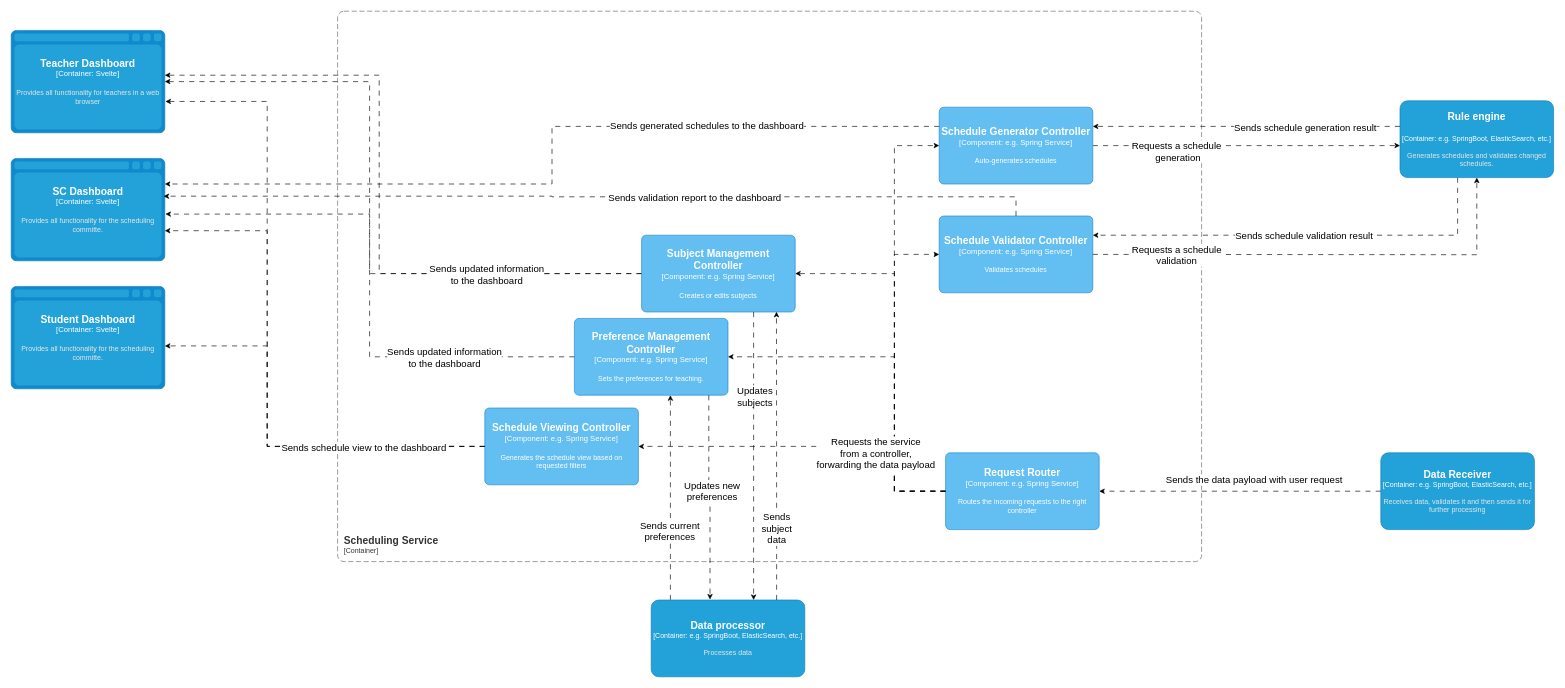
MiraZzle/NSWI130 keeps this draw.io diagram as page "[Container - L3] Scheduling service" (7 of 8) of architektura.drawio. Above is the earlier version. Source tidied: cells renumbered, new cells numbered last; positions are measured from the earlier drawing's top-left corner, leaving out a move shared by most shapes. Both pictures are drawn from the tidied source at 64%, with x=0, y=0 at pixel (11, 11).
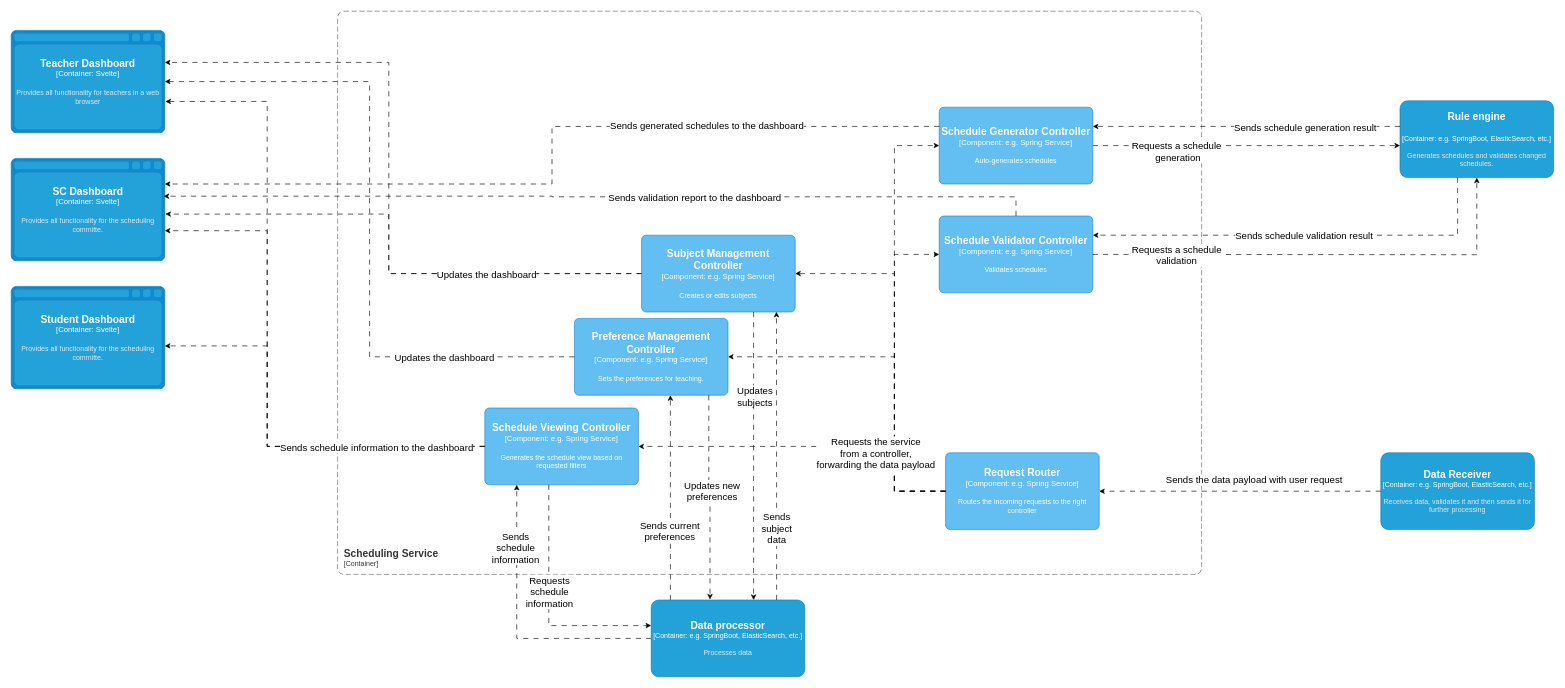
After the change.

The change refers to these unchanged cells:
```xml
<object id="2" label="&lt;font style=&quot;font-size: 16px&quot;&gt;&lt;b&gt;%c4Name%&lt;/b&gt;&lt;/font&gt;&lt;div&gt;[%c4Type%:&amp;nbsp;%c4Technology%]&lt;/div&gt;&lt;br&gt;&lt;div&gt;&lt;font style=&quot;font-size: 11px&quot;&gt;&lt;font color=&quot;#E6E6E6&quot;&gt;%c4Description%&lt;/font&gt;&lt;/div&gt;" c4Description="Provides all functionality for teachers in a web browser" c4Name="Teacher Dashboard" c4Technology="Svelte" c4Type="Container" placeholders="1">
  <mxCell style="shape=mxgraph.c4.webBrowserContainer2;whiteSpace=wrap;html=1;boundedLbl=1;rounded=0;labelBackgroundColor=none;strokeColor=#118ACD;fillColor=#23A2D9;strokeColor=#118ACD;strokeColor2=#0E7DAD;fontSize=12;fontColor=#ffffff;align=center;points=[[0.5,0,0],[1,0.25,0],[1,0.5,0],[1,0.75,0],[0.5,1,0],[0,0.75,0],[0,0.5,0],[0,0.25,0]];" parent="1" vertex="1">
    <mxGeometry y="30" width="240" height="160" as="geometry" />
  </mxCell>
</object>
<object id="3" label="&lt;font style=&quot;font-size: 16px&quot;&gt;&lt;b&gt;%c4Name%&lt;/b&gt;&lt;/font&gt;&lt;div&gt;[%c4Type%:&amp;nbsp;%c4Technology%]&lt;/div&gt;&lt;br&gt;&lt;div&gt;&lt;font style=&quot;font-size: 11px&quot;&gt;&lt;font color=&quot;#E6E6E6&quot;&gt;%c4Description%&lt;/font&gt;&lt;/div&gt;" c4Description="Provides all functionality for the scheduling committe." c4Name="SC Dashboard" c4Technology="Svelte" c4Type="Container" placeholders="1">
  <mxCell style="shape=mxgraph.c4.webBrowserContainer2;whiteSpace=wrap;html=1;boundedLbl=1;rounded=0;labelBackgroundColor=none;strokeColor=#118ACD;fillColor=#23A2D9;strokeColor=#118ACD;strokeColor2=#0E7DAD;fontSize=12;fontColor=#ffffff;align=center;points=[[0.5,0,0],[1,0.25,0],[1,0.5,0],[1,0.75,0],[0.5,1,0],[0,0.75,0],[0,0.5,0],[0,0.25,0]];" parent="1" vertex="1">
    <mxGeometry y="230" width="240" height="160" as="geometry" />
  </mxCell>
</object>
<object id="4" label="&lt;font style=&quot;font-size: 16px&quot;&gt;&lt;b&gt;%c4Name%&lt;/b&gt;&lt;/font&gt;&lt;div&gt;[%c4Type%:&amp;nbsp;%c4Technology%]&lt;/div&gt;&lt;br&gt;&lt;div&gt;&lt;font style=&quot;font-size: 11px&quot;&gt;&lt;font color=&quot;#E6E6E6&quot;&gt;%c4Description%&lt;/font&gt;&lt;/div&gt;" c4Description="Provides all functionality for the scheduling committe." c4Name="Student Dashboard&#10;" c4Technology="Svelte" c4Type="Container" placeholders="1">
  <mxCell style="shape=mxgraph.c4.webBrowserContainer2;whiteSpace=wrap;html=1;boundedLbl=1;rounded=0;labelBackgroundColor=none;strokeColor=#118ACD;fillColor=#23A2D9;strokeColor=#118ACD;strokeColor2=#0E7DAD;fontSize=12;fontColor=#ffffff;align=center;points=[[0.5,0,0],[1,0.25,0],[1,0.5,0],[1,0.75,0],[0.5,1,0],[0,0.75,0],[0,0.5,0],[0,0.25,0]];rotation=0;" parent="1" vertex="1">
    <mxGeometry y="430" width="240" height="160" as="geometry" />
  </mxCell>
</object>
<object id="17" label="&lt;font style=&quot;font-size: 16px&quot;&gt;&lt;b&gt;%c4Name%&lt;/b&gt;&lt;/font&gt;&lt;div&gt;[%c4Type%: %c4Technology%]&lt;/div&gt;&lt;br&gt;&lt;div&gt;&lt;font style=&quot;font-size: 11px&quot;&gt;%c4Description%&lt;/font&gt;&lt;/div&gt;" c4Description="Creates or edits subjects" c4Name="Subject Management Controller" c4Technology="e.g. Spring Service" c4Type="Component" placeholders="1">
  <mxCell style="rounded=1;whiteSpace=wrap;html=1;labelBackgroundColor=none;fillColor=#63BEF2;fontColor=#ffffff;align=center;arcSize=6;strokeColor=#2086C9;points=[[0.25,0,0],[0.5,0,0],[0.75,0,0],[1,0.25,0],[1,0.5,0],[1,0.75,0],[0.75,1,0],[0.5,1,0],[0.25,1,0],[0,0.75,0],[0,0.5,0],[0,0.25,0]];" parent="1" vertex="1">
    <mxGeometry x="985" y="350" width="240" height="120" as="geometry" />
  </mxCell>
</object>
<object id="19" label="&lt;font style=&quot;font-size: 16px&quot;&gt;&lt;b&gt;%c4Name%&lt;/b&gt;&lt;/font&gt;&lt;div&gt;[%c4Type%: %c4Technology%]&lt;/div&gt;&lt;br&gt;&lt;div&gt;&lt;font style=&quot;font-size: 11px&quot;&gt;%c4Description%&lt;/font&gt;&lt;/div&gt;" c4Description="Generates the schedule view based on requested filters" c4Name="Schedule Viewing Controller" c4Technology="e.g. Spring Service" c4Type="Component" placeholders="1">
  <mxCell style="rounded=1;whiteSpace=wrap;html=1;labelBackgroundColor=none;fillColor=#63BEF2;fontColor=#ffffff;align=center;arcSize=6;strokeColor=#2086C9;points=[[0.25,0,0],[0.5,0,0],[0.75,0,0],[1,0.25,0],[1,0.5,0],[1,0.75,0],[0.75,1,0],[0.5,1,0],[0.25,1,0],[0,0.75,0],[0,0.5,0],[0,0.25,0]];" parent="1" vertex="1">
    <mxGeometry x="740" y="620" width="240" height="120" as="geometry" />
  </mxCell>
</object>
<mxCell id="38" style="edgeStyle=orthogonalEdgeStyle;rounded=0;jettySize=auto;html=1;entryX=1;entryY=0.5;entryDx=0;entryDy=0;entryPerimeter=0;dashed=1;dashPattern=8 8;" parent="1" edge="1" source="18" target="2">
  <mxGeometry relative="1" as="geometry" />
</mxCell>
<object id="48" label="&lt;font style=&quot;font-size: 16px&quot;&gt;&lt;b&gt;%c4Name%&lt;/b&gt;&lt;/font&gt;&lt;div&gt;[%c4Type%: %c4Technology%]&lt;/div&gt;&lt;br&gt;&lt;div&gt;&lt;font style=&quot;font-size: 11px&quot;&gt;&lt;font color=&quot;#E6E6E6&quot;&gt;%c4Description%&lt;/font&gt;&lt;/div&gt;" c4Description="Processes data" c4Name="Data processor&#10;" c4Technology="e.g. SpringBoot, ElasticSearch, etc." c4Type="Container" placeholders="1">
  <mxCell style="rounded=1;whiteSpace=wrap;html=1;fontSize=11;labelBackgroundColor=none;fillColor=#23A2D9;fontColor=#ffffff;align=center;arcSize=10;strokeColor=#0E7DAD;points=[[0.25,0,0],[0.5,0,0],[0.75,0,0],[1,0.25,0],[1,0.5,0],[1,0.75,0],[0.75,1,0],[0.5,1,0],[0.25,1,0],[0,0.75,0],[0,0.5,0],[0,0.25,0]];" parent="1" vertex="1">
    <mxGeometry x="1000" y="920" width="240" height="120" as="geometry" />
  </mxCell>
</object>
```

Diff of the diagram source:
```diff
@@
     <mxCell id="11" style="edgeStyle=orthogonalEdgeStyle;rounded=0;jettySize=auto;html=1;dashed=1;dashPattern=8 8;exitX=0;exitY=0.5;exitDx=0;exitDy=0;exitPerimeter=0;" parent="1" edge="1" source="17">
       <mxGeometry relative="1" as="geometry">
-        <mxPoint x="240" y="100" as="targetPoint" />
+        <mxPoint x="240" y="80" as="targetPoint" />
         <Array as="points">
-          <mxPoint x="575" y="410" />
-          <mxPoint x="575" y="100" />
+          <mxPoint x="590" y="410" />
+          <mxPoint x="590" y="80" />
+          <mxPoint x="240" y="80" />
         </Array>
       </mxGeometry>
     </mxCell>
     <object id="12" label="&lt;font style=&quot;font-size: 16px&quot;&gt;&lt;b&gt;&lt;div style=&quot;text-align: left&quot;&gt;%c4Name%&lt;/div&gt;&lt;/b&gt;&lt;/font&gt;&lt;div style=&quot;text-align: left&quot;&gt;[%c4Application%]&lt;/div&gt;" c4Application="Container" c4Name="Scheduling Service" placeholders="1">
       <mxCell style="rounded=1;fontSize=11;whiteSpace=wrap;html=1;dashed=1;arcSize=20;fillColor=none;strokeColor=#666666;fontColor=#333333;labelBackgroundColor=none;align=left;verticalAlign=bottom;labelBorderColor=none;spacingTop=0;spacing=10;dashPattern=8 4;perimeter=rectanglePerimeter;noLabel=0;labelPadding=0;absoluteArcSize=1;" parent="1" vertex="1">
-        <mxGeometry x="510" width="1350" height="860" as="geometry" />
+        <mxGeometry x="510" width="1350" height="880" as="geometry" />
       </mxCell>
     </object>
@@
     <mxCell id="32" style="edgeStyle=orthogonalEdgeStyle;rounded=0;jettySize=auto;html=1;entryX=1.004;entryY=0.544;entryDx=0;entryDy=0;entryPerimeter=0;dashed=1;dashPattern=8 8;" parent="1" edge="1" source="17" target="3">
       <mxGeometry relative="1" as="geometry">
         <Array as="points">
-          <mxPoint x="560" y="410" />
-          <mxPoint x="560" y="317" />
+          <mxPoint x="590" y="410" />
+          <mxPoint x="590" y="317" />
         </Array>
       </mxGeometry>
     </mxCell>
-    <mxCell id="33" value="&lt;font style=&quot;font-size: 15px;&quot;&gt;Sends updated information&lt;/font&gt;&lt;div style=&quot;font-size: 15px;&quot;&gt;to the dashboard&lt;/div&gt;" style="edgeLabel;html=1;align=center;verticalAlign=middle;" parent="32" vertex="1">
+    <mxCell id="33" value="&lt;span style=&quot;font-size: 15px;&quot;&gt;Updates the dashboard&lt;/span&gt;" style="edgeLabel;html=1;align=center;verticalAlign=middle;" parent="32" vertex="1">
       <mxGeometry x="-0.16" y="1" relative="1" as="geometry">
         <mxPoint x="109" y="-1" as="offset" />
       </mxGeometry>
     </mxCell>
@@
-    <mxCell id="39" value="&lt;font style=&quot;font-size: 15px;&quot;&gt;Sends updated information&lt;/font&gt;&lt;div style=&quot;font-size: 15px;&quot;&gt;to the dashboard&lt;/div&gt;" style="edgeLabel;html=1;align=center;verticalAlign=middle;" parent="38" vertex="1">
+    <mxCell id="39" value="&lt;span style=&quot;font-size: 15px;&quot;&gt;Updates the dashboard&lt;/span&gt;" style="edgeLabel;html=1;align=center;verticalAlign=middle;" parent="38" vertex="1">
       <mxGeometry x="-0.58" y="-1" relative="1" as="geometry">
         <mxPoint x="21" y="1" as="offset" />
       </mxGeometry>
     </mxCell>
-    <mxCell id="40" style="edgeStyle=orthogonalEdgeStyle;rounded=0;jettySize=auto;html=1;entryX=1;entryY=0.581;entryDx=0;entryDy=0;entryPerimeter=0;dashed=1;dashPattern=8 8;" parent="1" edge="1" source="19" target="4">
+    <mxCell id="40" style="edgeStyle=orthogonalEdgeStyle;rounded=0;jettySize=auto;html=1;entryX=1;entryY=0.581;entryDx=0;entryDy=0;entryPerimeter=0;dashed=1;dashPattern=8 8;exitX=0;exitY=0.5;exitDx=0;exitDy=0;exitPerimeter=0;" parent="1" edge="1" source="19" target="4">
       <mxGeometry relative="1" as="geometry">
         <Array as="points">
           <mxPoint x="400" y="680" />
           <mxPoint x="400" y="523" />
         </Array>
       </mxGeometry>
     </mxCell>
-    <mxCell id="41" style="edgeStyle=orthogonalEdgeStyle;rounded=0;jettySize=auto;html=1;entryX=1;entryY=0.706;entryDx=0;entryDy=0;entryPerimeter=0;dashed=1;dashPattern=8 8;" parent="1" edge="1" source="19" target="3">
+    <mxCell id="41" style="edgeStyle=orthogonalEdgeStyle;rounded=0;jettySize=auto;html=1;entryX=1;entryY=0.706;entryDx=0;entryDy=0;entryPerimeter=0;dashed=1;dashPattern=8 8;exitX=0;exitY=0.5;exitDx=0;exitDy=0;exitPerimeter=0;" parent="1" edge="1" source="19" target="3">
       <mxGeometry relative="1" as="geometry">
         <Array as="points">
           <mxPoint x="400" y="680" />
           <mxPoint x="400" y="343" />
         </Array>
       </mxGeometry>
     </mxCell>
-    <mxCell id="42" style="edgeStyle=orthogonalEdgeStyle;rounded=0;jettySize=auto;html=1;entryX=1.004;entryY=0.694;entryDx=0;entryDy=0;entryPerimeter=0;dashed=1;dashPattern=8 8;" parent="1" edge="1" source="19" target="2">
+    <mxCell id="42" style="edgeStyle=orthogonalEdgeStyle;rounded=0;jettySize=auto;html=1;entryX=1.004;entryY=0.694;entryDx=0;entryDy=0;entryPerimeter=0;dashed=1;dashPattern=8 8;exitX=0;exitY=0.5;exitDx=0;exitDy=0;exitPerimeter=0;" parent="1" edge="1" source="19" target="2">
       <mxGeometry relative="1" as="geometry">
         <Array as="points">
           <mxPoint x="400" y="680" />
           <mxPoint x="400" y="141" />
         </Array>
       </mxGeometry>
     </mxCell>
-    <mxCell id="43" value="Sends schedule view to the dashboard" style="edgeLabel;html=1;align=center;verticalAlign=middle;fontSize=15;" parent="42" vertex="1">
+    <mxCell id="43" value="Sends schedule information to the dashboard" style="edgeLabel;html=1;align=center;verticalAlign=middle;fontSize=15;" parent="42" vertex="1">
       <mxGeometry x="-0.55" y="3" relative="1" as="geometry">
-        <mxPoint x="44" y="-3" as="offset" />
+        <mxPoint x="64" y="-3" as="offset" />
       </mxGeometry>
     </mxCell>
@@
+    <mxCell id="53" style="edgeStyle=orthogonalEdgeStyle;rounded=0;jettySize=auto;html=1;dashed=1;dashPattern=8 8;entryX=0.208;entryY=1;entryDx=0;entryDy=0;entryPerimeter=0;" parent="1" edge="1" source="48" target="19">
+      <mxGeometry relative="1" as="geometry">
+        <Array as="points">
+          <mxPoint x="790" y="980" />
+        </Array>
+      </mxGeometry>
+    </mxCell>
+    <mxCell id="54" value="Sends&lt;div style=&quot;font-size: 15px;&quot;&gt;schedule&lt;/div&gt;&lt;div style=&quot;font-size: 15px;&quot;&gt;information&lt;/div&gt;" style="edgeLabel;html=1;align=center;verticalAlign=middle;fontSize=15;" parent="53" vertex="1">
+      <mxGeometry x="0.57" y="2" relative="1" as="geometry" />
+    </mxCell>
@@
+    <mxCell id="55" style="edgeStyle=orthogonalEdgeStyle;rounded=0;jettySize=auto;html=1;dashed=1;dashPattern=8 8;" parent="1" edge="1" source="19">
+      <mxGeometry relative="1" as="geometry">
+        <mxPoint x="1000" y="960" as="targetPoint" />
+        <Array as="points">
+          <mxPoint x="840" y="960" />
+        </Array>
+      </mxGeometry>
+    </mxCell>
+    <mxCell id="56" value="Requests&lt;div style=&quot;font-size: 15px;&quot;&gt;schedule&lt;div style=&quot;font-size: 15px;&quot;&gt;information&lt;/div&gt;&lt;/div&gt;" style="edgeLabel;html=1;align=center;verticalAlign=middle;fontSize=15;" parent="55" vertex="1">
+      <mxGeometry x="-0.22" y="-2" relative="1" as="geometry">
+        <mxPoint x="2" y="18" as="offset" />
+      </mxGeometry>
+    </mxCell>
```
